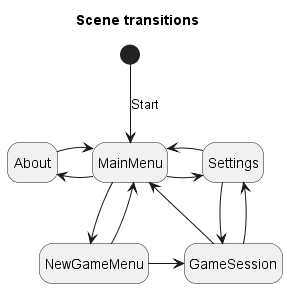
Earlier version of the PlantUML export out/Scene_Transitions.png (rojohans/UntitledSurvivalExploration). Its diagram source:
```plantuml
@startuml Scene_Transitions

title Scene transitions

state MainMenu
state NewGameMenu
state About
state GameSession
state Settings

hide empty description


[*] --> MainMenu : Start

MainMenu -l-> About
About -r-> MainMenu

MainMenu -r-> Settings
MainMenu --> NewGameMenu

NewGameMenu -> GameSession
NewGameMenu --> MainMenu

GameSession --> Settings
GameSession -> MainMenu

Settings -> MainMenu
Settings -> GameSession



@enduml
```
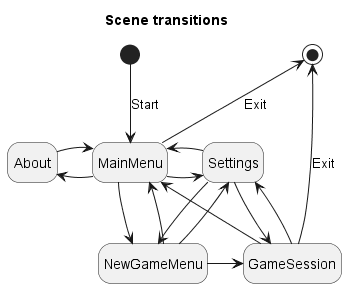
After the change.

The edit, as a diff of the source:
```diff
@@ -18,16 +18,18 @@
 
 MainMenu -r-> Settings
 MainMenu --> NewGameMenu
+MainMenu -u-> [*] : Exit
 
 NewGameMenu -> GameSession
 NewGameMenu --> MainMenu
+NewGameMenu --> Settings
 
 GameSession --> Settings
 GameSession -> MainMenu
+GameSession -u-> [*] : Exit
 
 Settings -> MainMenu
 Settings -> GameSession
-
-
+Settings -> NewGameMenu
 
 @enduml
```
